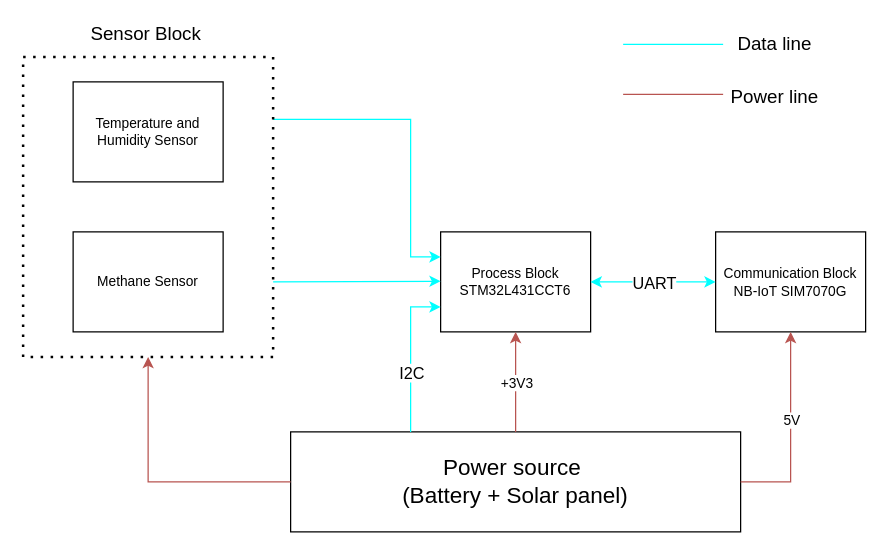
The draw.io diagram Project_overall.drawio in K2ayzz/ForDrawIO, before the edit. Source tidied: cells renumbered, new cells numbered last; positions are measured from the earlier drawing's top-left corner, leaving out a move shared by most shapes. Both pictures are drawn from the tidied source at 125%, with x=0, y=0 at pixel (22, 44).
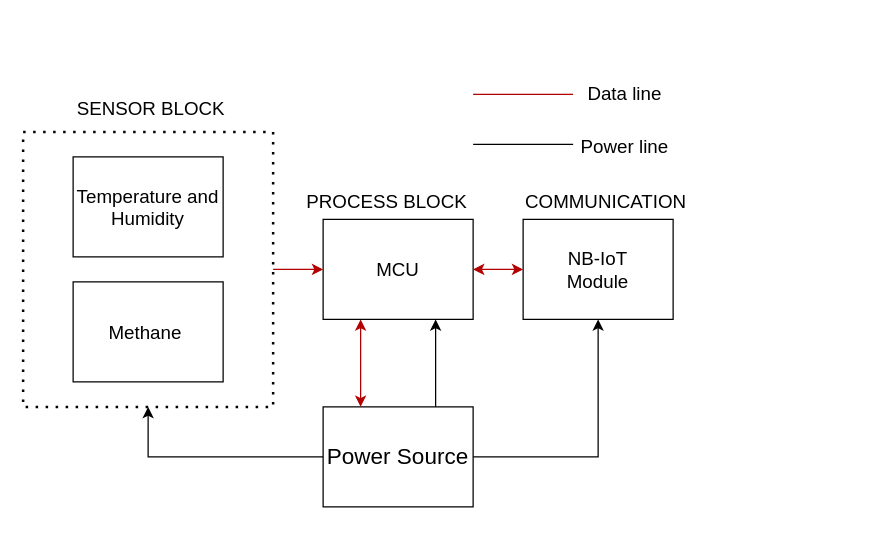
The same diagram, later.

Commit message:
Cập nhật Project_overall.drawio

The edit, as a diff of the source:
```diff
@@
-    <mxCell id="2" value="&lt;font style=&quot;font-size: 18px;&quot;&gt;Power source&amp;nbsp;&lt;/font&gt;&lt;div&gt;&lt;font style=&quot;font-size: 18px;&quot;&gt;(Battery + Solar panel)&lt;/font&gt;&lt;/div&gt;" style="rounded=0;whiteSpace=wrap;html=1;" parent="1" vertex="1">
-      <mxGeometry x="214" y="310" width="360" height="80" as="geometry" />
+    <mxCell id="2" value="&lt;span style=&quot;font-size: 18px;&quot;&gt;Power Source&lt;/span&gt;" style="rounded=0;whiteSpace=wrap;html=1;" parent="1" vertex="1">
+      <mxGeometry x="240" y="290" width="120" height="80" as="geometry" />
     </mxCell>
-    <mxCell id="3" style="edgeStyle=orthogonalEdgeStyle;rounded=0;jettySize=auto;html=1;exitX=0;exitY=0.5;exitDx=0;exitDy=0;fillColor=#f8cecc;gradientColor=#ea6b66;strokeColor=#b85450;" parent="1" edge="1" source="2">
+    <mxCell id="3" style="edgeStyle=orthogonalEdgeStyle;rounded=0;orthogonalLoop=1;jettySize=auto;html=1;fillColor=#f8cecc;gradientColor=#ea6b66;strokeColor=#000000;" parent="1" edge="1">
       <mxGeometry relative="1" as="geometry">
-        <mxPoint x="100" y="250" as="targetPoint" />
+        <mxPoint x="240" y="330" as="sourcePoint" />
+        <mxPoint x="100" y="290" as="targetPoint" />
         <Array as="points">
-          <mxPoint x="100" y="350" />
+          <mxPoint x="240" y="330" />
+          <mxPoint x="100" y="330" />
         </Array>
       </mxGeometry>
     </mxCell>
-    <mxCell id="4" value="&lt;font style=&quot;font-size: 11px;&quot;&gt;Methane Sensor&lt;/font&gt;" style="whiteSpace=wrap;html=1;rounded=0;fontSize=11;" parent="1" vertex="1">
-      <mxGeometry x="40" y="150" width="120" height="80" as="geometry" />
+    <mxCell id="4" value="&lt;font style=&quot;font-size: 15px;&quot;&gt;Methane&amp;nbsp;&lt;/font&gt;" style="whiteSpace=wrap;html=1;rounded=0;fontSize=11;" parent="1" vertex="1">
+      <mxGeometry x="40" y="190" width="120" height="80" as="geometry" />
     </mxCell>
-    <mxCell id="5" value="Process Block&lt;br style=&quot;font-size: 11px;&quot;&gt;STM32L431CCT6" style="whiteSpace=wrap;html=1;rounded=0;fontSize=11;" parent="1" vertex="1">
-      <mxGeometry x="334" y="150" width="120" height="80" as="geometry" />
+    <mxCell id="5" value="&lt;font style=&quot;font-size: 15px;&quot;&gt;MCU&lt;/font&gt;" style="whiteSpace=wrap;html=1;rounded=0;fontSize=11;" parent="1" vertex="1">
+      <mxGeometry x="240" y="140" width="120" height="80" as="geometry" />
     </mxCell>
-    <mxCell id="6" value="&lt;font style=&quot;font-size: 11px;&quot;&gt;Communication Block&lt;br&gt;NB-IoT SIM7070G&lt;br&gt;&lt;/font&gt;" style="whiteSpace=wrap;html=1;rounded=0;" parent="1" vertex="1">
-      <mxGeometry x="554" y="150" width="120" height="80" as="geometry" />
+    <mxCell id="6" value="&lt;font style=&quot;font-size: 15px;&quot;&gt;NB-IoT&lt;/font&gt;&lt;div style=&quot;font-size: 15px;&quot;&gt;&lt;font style=&quot;font-size: 15px;&quot;&gt;Module&lt;/font&gt;&lt;/div&gt;" style="whiteSpace=wrap;html=1;rounded=0;" parent="1" vertex="1">
+      <mxGeometry x="400" y="140" width="120" height="80" as="geometry" />
     </mxCell>
-    <mxCell id="7" style="edgeStyle=orthogonalEdgeStyle;rounded=0;jettySize=auto;html=1;entryX=0.5;entryY=1;entryDx=0;entryDy=0;exitX=1;exitY=0.5;exitDx=0;exitDy=0;fillColor=#f8cecc;gradientColor=#ea6b66;strokeColor=#b85450;" parent="1" edge="1" source="2" target="6">
+    <mxCell id="7" style="edgeStyle=orthogonalEdgeStyle;rounded=0;jettySize=auto;html=1;entryX=0.5;entryY=1;entryDx=0;entryDy=0;exitX=1;exitY=0.5;exitDx=0;exitDy=0;fillColor=#f8cecc;gradientColor=#ea6b66;strokeColor=#000000;" parent="1" edge="1" source="2" target="6">
       <mxGeometry relative="1" as="geometry" />
     </mxCell>
-    <mxCell id="8" value="5V" style="edgeLabel;html=1;align=center;verticalAlign=middle;" parent="7" vertex="1">
-      <mxGeometry x="0.35" y="-4" relative="1" as="geometry">
-        <mxPoint x="-4" y="18" as="offset" />
-      </mxGeometry>
-    </mxCell>
-    <mxCell id="9" style="edgeStyle=orthogonalEdgeStyle;rounded=0;jettySize=auto;html=1;entryX=0.5;entryY=1;entryDx=0;entryDy=0;exitX=0.5;exitY=0;exitDx=0;exitDy=0;fillColor=#f8cecc;gradientColor=#ea6b66;strokeColor=#b85450;" parent="1" edge="1" source="2" target="5">
-      <mxGeometry relative="1" as="geometry" />
-    </mxCell>
-    <mxCell id="10" value="+3V3" style="edgeLabel;html=1;align=center;verticalAlign=middle;" parent="9" vertex="1">
-      <mxGeometry x="0.19" y="1" relative="1" as="geometry">
-        <mxPoint x="1" y="8" as="offset" />
-      </mxGeometry>
-    </mxCell>
-    <mxCell id="11" style="endArrow=classic;html=1;rounded=0;entryX=0;entryY=0.25;entryDx=0;entryDy=0;fillColor=#dae8fc;gradientColor=#7ea6e0;strokeColor=#00FFFF;" parent="1" edge="1" target="5">
-      <mxGeometry relative="1" as="geometry">
-        <mxPoint x="200" y="60" as="sourcePoint" />
-        <Array as="points">
-          <mxPoint x="310" y="60" />
-          <mxPoint x="310" y="170" />
-        </Array>
-      </mxGeometry>
-    </mxCell>
-    <mxCell id="12" style="endArrow=classic;startArrow=classic;html=1;rounded=0;entryX=0;entryY=0.5;entryDx=0;entryDy=0;exitX=1;exitY=0.5;exitDx=0;exitDy=0;strokeColor=#00FFFF;" parent="1" edge="1" source="5" target="6">
+    <mxCell id="12" style="endArrow=classic;startArrow=classic;html=1;rounded=0;entryX=0;entryY=0.5;entryDx=0;entryDy=0;exitX=1;exitY=0.5;exitDx=0;exitDy=0;strokeColor=#B20000;fillColor=#e51400;" parent="1" edge="1" source="5" target="6">
       <mxGeometry relative="1" as="geometry" />
     </mxCell>
-    <mxCell id="13" value="&lt;font style=&quot;font-size: 13px;&quot;&gt;UART&lt;/font&gt;" style="edgeLabel;html=1;align=center;verticalAlign=middle;fontSize=9;fontColor=#000000;" parent="12" vertex="1">
-      <mxGeometry x="0.08" y="-1" relative="1" as="geometry">
-        <mxPoint x="-4" y="-1" as="offset" />
-      </mxGeometry>
-    </mxCell>
-    <mxCell id="14" style="endArrow=none;html=1;rounded=0;strokeColor=#00FFFF;" parent="1" edge="1">
+    <mxCell id="14" style="endArrow=none;html=1;rounded=0;strokeColor=#B20000;fillColor=#e51400;" parent="1" edge="1">
       <mxGeometry relative="1" as="geometry">
-        <mxPoint x="480" as="sourcePoint" />
-        <mxPoint x="560" as="targetPoint" />
+        <mxPoint x="360" y="40" as="sourcePoint" />
+        <mxPoint x="440" y="40" as="targetPoint" />
       </mxGeometry>
     </mxCell>
@@
-    <mxCell id="16" style="endArrow=none;html=1;rounded=0;fillColor=#f8cecc;gradientColor=#ea6b66;strokeColor=#b85450;" parent="1" edge="1">
+    <mxCell id="16" style="endArrow=none;html=1;rounded=0;fillColor=#f8cecc;gradientColor=#ea6b66;strokeColor=#000000;" parent="1" edge="1">
       <mxGeometry relative="1" as="geometry">
-        <mxPoint x="480" y="40" as="sourcePoint" />
-        <mxPoint x="560" y="40" as="targetPoint" />
+        <mxPoint x="360" y="80" as="sourcePoint" />
+        <mxPoint x="440" y="80" as="targetPoint" />
       </mxGeometry>
     </mxCell>
@@
-    <mxCell id="18" value="&lt;font style=&quot;font-size: 11px;&quot;&gt;Temperature and Humidity Sensor&lt;/font&gt;" style="whiteSpace=wrap;html=1;rounded=0;fontSize=11;" parent="1" vertex="1">
-      <mxGeometry x="40" y="30" width="120" height="80" as="geometry" />
+    <mxCell id="18" value="&lt;font style=&quot;font-size: 15px;&quot;&gt;Temperature and Humidity&lt;/font&gt;" style="whiteSpace=wrap;html=1;rounded=0;fontSize=11;" parent="1" vertex="1">
+      <mxGeometry x="40" y="90" width="120" height="80" as="geometry" />
     </mxCell>
     <mxCell id="19" style="endArrow=none;dashed=1;html=1;dashPattern=1 3;strokeWidth=2;rounded=0;" parent="1" edge="1">
       <mxGeometry relative="1" as="geometry">
-        <mxPoint y="10" as="sourcePoint" />
-        <mxPoint y="10" as="targetPoint" />
+        <mxPoint y="70" as="sourcePoint" />
+        <mxPoint y="70" as="targetPoint" />
         <Array as="points">
-          <mxPoint x="200" y="10" />
-          <mxPoint x="200" y="250" />
-          <mxPoint y="250" />
+          <mxPoint x="200" y="70" />
+          <mxPoint x="200" y="290" />
+          <mxPoint y="290" />
         </Array>
       </mxGeometry>
     </mxCell>
-    <mxCell id="20" value="&lt;font style=&quot;font-size: 15px;&quot;&gt;Sensor Block&lt;/font&gt;" style="edgeLabel;html=1;align=center;verticalAlign=middle;" parent="19" vertex="1">
+    <mxCell id="20" value="&lt;font style=&quot;font-size: 15px;&quot;&gt;SENSOR BLOCK&lt;/font&gt;" style="edgeLabel;html=1;align=center;verticalAlign=middle;" parent="19" vertex="1">
       <mxGeometry x="-0.84" y="-1" relative="1" as="geometry">
-        <mxPoint x="27" y="-21" as="offset" />
+        <mxPoint x="34" y="-21" as="offset" />
       </mxGeometry>
     </mxCell>
-    <mxCell id="21" style="endArrow=classic;html=1;rounded=0;entryX=0;entryY=0.75;entryDx=0;entryDy=0;fillColor=#dae8fc;gradientColor=#7ea6e0;strokeColor=#00FFFF;" parent="1" edge="1" target="5">
-      <mxGeometry relative="1" as="geometry">
-        <mxPoint x="310" y="310" as="sourcePoint" />
-        <Array as="points">
-          <mxPoint x="310" y="210" />
-        </Array>
-      </mxGeometry>
-    </mxCell>
-    <mxCell id="22" value="&lt;font style=&quot;font-size: 13px;&quot;&gt;I2C&lt;/font&gt;" style="edgeLabel;html=1;align=center;verticalAlign=middle;fontColor=#000000;fontSize=9;" parent="21" vertex="1">
-      <mxGeometry x="-0.3" y="3" relative="1" as="geometry">
-        <mxPoint x="3" y="-5" as="offset" />
-      </mxGeometry>
-    </mxCell>
-    <mxCell id="23" style="endArrow=classic;html=1;rounded=0;entryX=0;entryY=0.5;entryDx=0;entryDy=0;fillColor=#dae8fc;gradientColor=#7ea6e0;strokeColor=#00FFFF;" parent="1" edge="1">
+    <mxCell id="23" style="endArrow=classic;html=1;rounded=0;entryX=0;entryY=0.5;entryDx=0;entryDy=0;fillColor=#e51400;strokeColor=#B20000;" parent="1" edge="1" target="5">
       <mxGeometry relative="1" as="geometry">
-        <mxPoint x="200" y="190" as="sourcePoint" />
-        <mxPoint x="334" y="189.5" as="targetPoint" />
+        <mxPoint x="200" y="180" as="sourcePoint" />
+        <Array as="points">
+          <mxPoint x="240" y="180" />
+        </Array>
       </mxGeometry>
     </mxCell>
+    <mxCell id="24" value="&lt;div style=&quot;text-align: center;&quot;&gt;&lt;span style=&quot;background-color: initial; font-size: 15px;&quot;&gt;PROCESS BLOCK&lt;/span&gt;&lt;/div&gt;" style="text;whiteSpace=wrap;html=1;" parent="1" vertex="1">
+      <mxGeometry x="225" y="110" width="150" height="30" as="geometry" />
+    </mxCell>
+    <mxCell id="25" value="&lt;div style=&quot;text-align: center;&quot;&gt;&lt;span style=&quot;background-color: initial; font-size: 15px;&quot;&gt;COMMUNICATION&lt;/span&gt;&lt;/div&gt;" style="text;whiteSpace=wrap;html=1;" parent="1" vertex="1">
+      <mxGeometry x="400" y="110" width="110" height="40" as="geometry" />
+    </mxCell>
+    <mxCell id="26" style="endArrow=classic;startArrow=classic;html=1;rounded=0;exitX=0.25;exitY=1;exitDx=0;exitDy=0;strokeColor=#B20000;fillColor=#e51400;" parent="1" edge="1" source="5">
+      <mxGeometry relative="1" as="geometry">
+        <mxPoint x="270" y="290" as="targetPoint" />
+      </mxGeometry>
+    </mxCell>
+    <mxCell id="27" style="edgeStyle=orthogonalEdgeStyle;rounded=0;jettySize=auto;html=1;entryX=0.75;entryY=1;entryDx=0;entryDy=0;fillColor=#f8cecc;gradientColor=#ea6b66;strokeColor=#000000;" parent="1" edge="1" target="5">
+      <mxGeometry relative="1" as="geometry">
+        <mxPoint x="330" y="290" as="sourcePoint" />
+        <Array as="points">
+          <mxPoint x="330" y="270" />
+          <mxPoint x="330" y="270" />
+        </Array>
+      </mxGeometry>
+    </mxCell>
```
